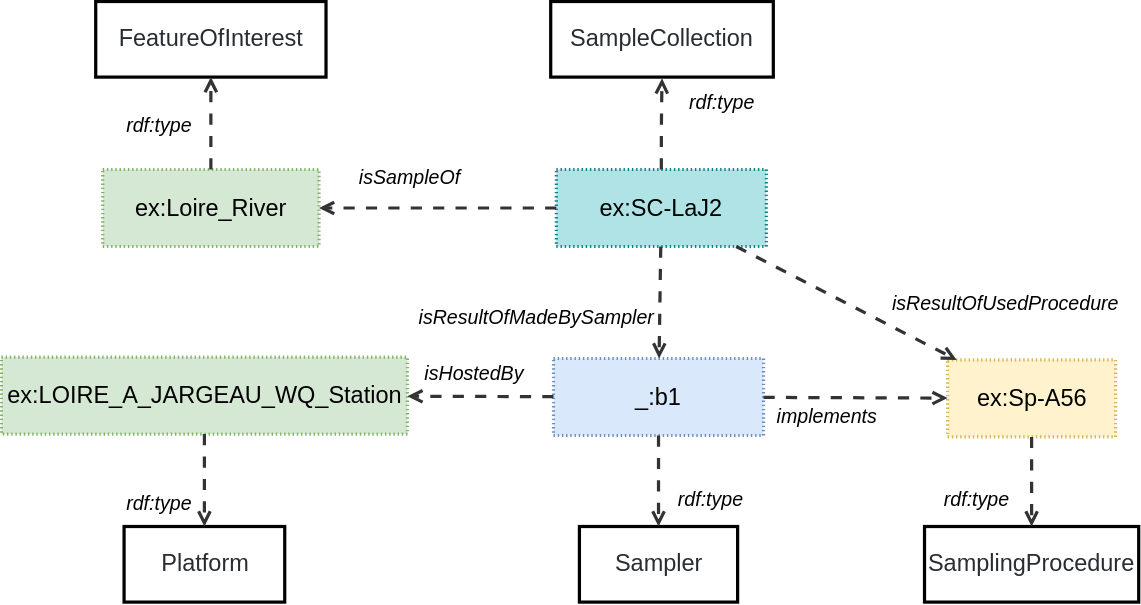
The draw.io diagram ssn/images/PlannedSampleCollection.svg in w3c/sdw-sosa-ssn, before a commit. Source tidied: cells renumbered, new cells last; positions are measured from the earlier drawing's top-left corner, leaving out a move shared by most shapes.
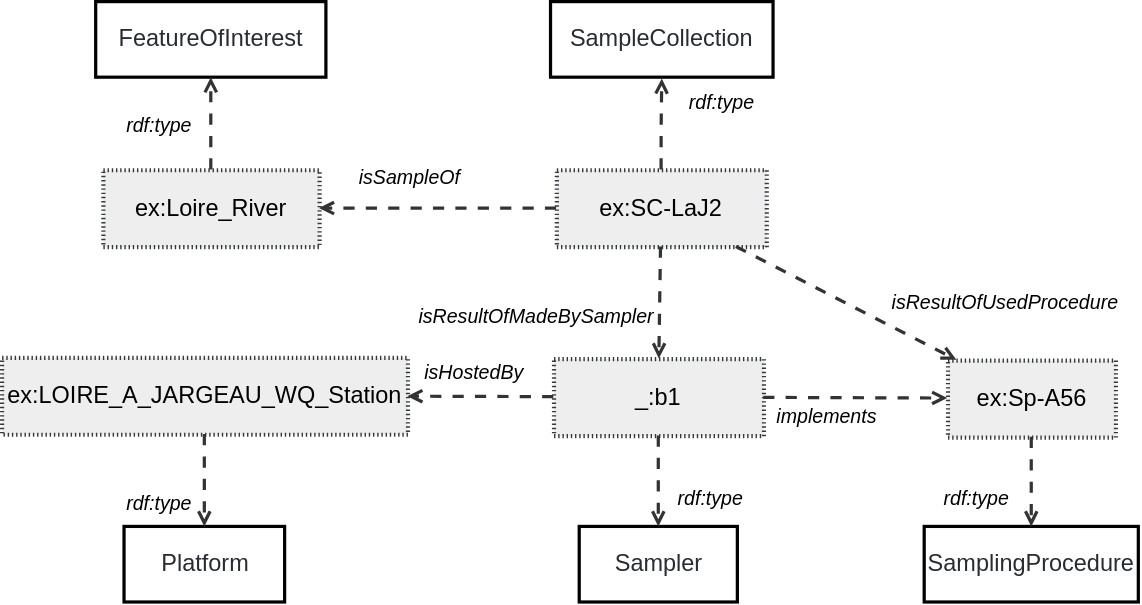
Later version of the same file.

Change to the diagram source:
```diff
@@ -2,7 +2,7 @@
   <root>
     <mxCell id="0" />
     <mxCell id="1" parent="0" />
-    <mxCell id="2" value="ex:SC-LaJ2" style="html=1;overflow=block;blockSpacing=1;whiteSpace=wrap;fontSize=16.8;align=center;spacing=0;strokeOpacity=100;fillColor=#b0e3e6;dashed=1;fixDash=1;dashPattern=1 2;strokeWidth=2.3;strokeColor=#0e8088;" parent="1" vertex="1">
+    <mxCell id="2" value="ex:SC-LaJ2" style="html=1;overflow=block;blockSpacing=1;whiteSpace=wrap;fontSize=16.8;align=center;spacing=0;strokeOpacity=100;fillColor=#eeeeee;dashed=1;fixDash=1;dashPattern=1 2;strokeWidth=3;strokeColor=#36393d;" parent="1" vertex="1">
       <mxGeometry x="396.4" y="120" width="150" height="55" as="geometry" />
     </mxCell>
     <mxCell id="3" value="SampleCollection" style="html=1;overflow=block;blockSpacing=1;whiteSpace=wrap;fontSize=16.8;fontColor=#282c33;align=center;spacing=0;strokeOpacity=100;fillColor=none;strokeWidth=2.3;" parent="1" vertex="1">
@@ -14,7 +14,7 @@
     <mxCell id="5" value="rdf:type" style="html=1;overflow=block;blockSpacing=1;whiteSpace=wrap;fontSize=14;fontStyle=2;align=center;spacing=0;strokeColor=none;strokeOpacity=100;fillOpacity=100;fillColor=none;strokeWidth=2.3;lucidId=ZyNQdXScJ7d8;" parent="1" vertex="1">
       <mxGeometry x="477.4" y="57" width="75" height="30" as="geometry" />
     </mxCell>
-    <mxCell id="6" value="ex:Loire_River" style="html=1;overflow=block;blockSpacing=1;whiteSpace=wrap;fontSize=16.8;align=center;spacing=0;strokeOpacity=100;fillColor=#d5e8d4;dashed=1;fixDash=1;dashPattern=1 2;strokeWidth=2.3;strokeColor=#82b366;" parent="1" vertex="1">
+    <mxCell id="6" value="ex:Loire_River" style="html=1;overflow=block;blockSpacing=1;whiteSpace=wrap;fontSize=16.8;align=center;spacing=0;strokeOpacity=100;fillColor=#eeeeee;dashed=1;fixDash=1;dashPattern=1 2;strokeWidth=3;strokeColor=#36393d;" parent="1" vertex="1">
       <mxGeometry x="72.4" y="120" width="154.5" height="55" as="geometry" />
     </mxCell>
     <mxCell id="7" style="html=1;jettySize=18;whiteSpace=wrap;fontSize=13;strokeColor=#333333;strokeOpacity=100;dashed=1;fixDash=1;dashPattern=8 8;strokeWidth=2.3;rounded=0;arcSize=24;startArrow=none;endArrow=open;lucidId=a.MQUB3mGXbf;exitX=0;exitY=0.5;exitDx=0;exitDy=0;" parent="1" edge="1" source="2" target="6">
@@ -32,7 +32,7 @@
     <mxCell id="11" style="html=1;jettySize=18;whiteSpace=wrap;fontSize=13;strokeColor=#333333;strokeOpacity=100;dashed=1;fixDash=1;dashPattern=8 8;strokeWidth=2.3;rounded=0;startArrow=none;endArrow=open;lucidId=XvNQ3zJcAKRb;" parent="1" edge="1" source="6" target="9">
       <mxGeometry relative="1" as="geometry" />
     </mxCell>
-    <mxCell id="12" value="_:b1" style="html=1;overflow=block;blockSpacing=1;whiteSpace=wrap;fontSize=16.8;align=center;spacing=0;strokeOpacity=100;fillColor=#dae8fc;dashed=1;fixDash=1;dashPattern=1 2;strokeWidth=2.3;strokeColor=#6c8ebf;" parent="1" vertex="1">
+    <mxCell id="12" value="_:b1" style="html=1;overflow=block;blockSpacing=1;whiteSpace=wrap;fontSize=16.8;align=center;spacing=0;strokeOpacity=100;fillColor=#eeeeee;dashed=1;fixDash=1;dashPattern=1 2;strokeWidth=3;strokeColor=#36393d;" parent="1" vertex="1">
       <mxGeometry x="394.4" y="255" width="150" height="55" as="geometry" />
     </mxCell>
     <mxCell id="13" value="Sampler" style="html=1;overflow=block;blockSpacing=1;whiteSpace=wrap;fontSize=16.8;fontColor=#282c33;align=center;spacing=0;strokeOpacity=100;fillColor=none;strokeWidth=2.3;" parent="1" vertex="1">
@@ -50,7 +50,7 @@
     <mxCell id="17" value="isResultOfMadeBySampler" style="html=1;overflow=block;blockSpacing=1;whiteSpace=wrap;fontSize=14;fontStyle=2;align=center;spacing=0;strokeColor=none;strokeOpacity=100;fillOpacity=100;fillColor=none;strokeWidth=2.3;lucidId=a.MQIzYVmevB;" parent="1" vertex="1">
       <mxGeometry x="287.4" y="210" width="190" height="30" as="geometry" />
     </mxCell>
-    <mxCell id="18" value="ex:LOIRE_A_JARGEAU_WQ_Station" style="html=1;overflow=block;blockSpacing=1;whiteSpace=wrap;fontSize=16.8;align=center;spacing=0;strokeOpacity=100;fillColor=#d5e8d4;dashed=1;fixDash=1;dashPattern=1 2;strokeWidth=2.3;strokeColor=#82b366;" parent="1" vertex="1">
+    <mxCell id="18" value="ex:LOIRE_A_JARGEAU_WQ_Station" style="html=1;overflow=block;blockSpacing=1;whiteSpace=wrap;fontSize=16.8;align=center;spacing=0;strokeOpacity=100;fillColor=#eeeeee;dashed=1;fixDash=1;dashPattern=1 2;strokeWidth=3;strokeColor=#36393d;" parent="1" vertex="1">
       <mxGeometry y="254" width="290" height="55" as="geometry" />
     </mxCell>
     <mxCell id="19" value="Platform" style="html=1;overflow=block;blockSpacing=1;whiteSpace=wrap;fontSize=16.8;fontColor=#282c33;align=center;spacing=0;strokeOpacity=100;fillColor=none;strokeWidth=2.3;" parent="1" vertex="1">
@@ -62,7 +62,7 @@
     <mxCell id="21" style="html=1;jettySize=18;whiteSpace=wrap;fontSize=13;strokeColor=#333333;strokeOpacity=100;dashed=1;fixDash=1;dashPattern=8 8;strokeWidth=2.3;rounded=0;startArrow=none;endArrow=open;lucidId=XvNQ3zJcAKRb;" parent="1" edge="1" source="18" target="19">
       <mxGeometry relative="1" as="geometry" />
     </mxCell>
-    <mxCell id="22" value="ex:Sp-A56" style="html=1;overflow=block;blockSpacing=1;whiteSpace=wrap;fontSize=16.8;align=center;spacing=0;strokeOpacity=100;fillColor=#fff2cc;dashed=1;fixDash=1;dashPattern=1 2;strokeWidth=2.3;strokeColor=#d6b656;" parent="1" vertex="1">
+    <mxCell id="22" value="ex:Sp-A56" style="html=1;overflow=block;blockSpacing=1;whiteSpace=wrap;fontSize=16.8;align=center;spacing=0;strokeOpacity=100;fillColor=#eeeeee;dashed=1;fixDash=1;dashPattern=1 2;strokeWidth=3;strokeColor=#36393d;" parent="1" vertex="1">
       <mxGeometry x="675.9" y="256" width="120" height="55" as="geometry" />
     </mxCell>
     <mxCell id="23" value="SamplingProcedure" style="html=1;overflow=block;blockSpacing=1;whiteSpace=wrap;fontSize=16.8;fontColor=#282c33;align=center;spacing=0;strokeOpacity=100;fillColor=none;strokeWidth=2.3;" parent="1" vertex="1">
```
